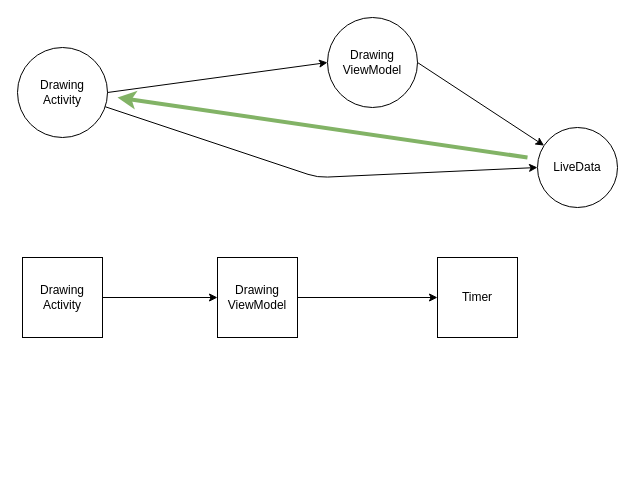
This is page "Video 1" (1 of 3) of Series/Building_DRAG_forAndroid/sessions/whiteboard.drawio from palbp/sempre_a_codar, a draw.io file, before an edit. Source tidied: cells renumbered, new cells numbered last; positions are measured from the earlier drawing's top-left corner, leaving out a move shared by most shapes. Both pictures are drawn from the tidied source at 100%, with x=0, y=0 at pixel (17, 17).
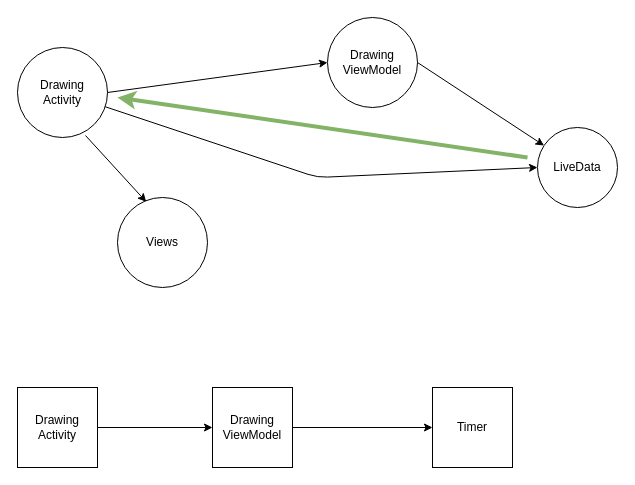
After the change.

Change to the diagram source:
```diff
@@
 <mxGraphModel>
   <root>
     <mxCell id="0" />
     <mxCell id="1" parent="0" />
     <mxCell id="2" value="Drawing&lt;br&gt;Activity" style="ellipse;whiteSpace=wrap;html=1;" parent="1" vertex="1">
       <mxGeometry y="30" width="90" height="90" as="geometry" />
     </mxCell>
     <mxCell id="3" value="Drawing&lt;br&gt;ViewModel" style="ellipse;whiteSpace=wrap;html=1;" parent="1" vertex="1">
       <mxGeometry x="310" width="90" height="90" as="geometry" />
     </mxCell>
     <mxCell id="4" style="endArrow=classic;html=1;exitX=1;exitY=0.5;exitDx=0;exitDy=0;entryX=0;entryY=0.5;entryDx=0;entryDy=0;" parent="1" edge="1" source="2" target="3">
       <mxGeometry relative="1" as="geometry" />
     </mxCell>
     <mxCell id="5" value="LiveData" style="ellipse;whiteSpace=wrap;html=1;" parent="1" vertex="1">
       <mxGeometry x="520" y="110" width="80" height="80" as="geometry" />
     </mxCell>
     <mxCell id="6" style="endArrow=classic;html=1;exitX=1;exitY=0.5;exitDx=0;exitDy=0;" parent="1" edge="1" source="3" target="5">
       <mxGeometry relative="1" as="geometry" />
     </mxCell>
     <mxCell id="7" style="endArrow=classic;html=1;" parent="1" edge="1" source="2">
       <mxGeometry relative="1" as="geometry">
         <mxPoint x="520" y="150" as="targetPoint" />
         <Array as="points">
           <mxPoint x="300" y="160" />
         </Array>
       </mxGeometry>
     </mxCell>
     <mxCell id="8" value="&lt;span&gt;Drawing&lt;/span&gt;&lt;br&gt;&lt;span&gt;Activity&lt;/span&gt;" style="whiteSpace=wrap;html=1;" parent="1" vertex="1">
-      <mxGeometry x="5" y="240" width="80" height="80" as="geometry" />
+      <mxGeometry y="370" width="80" height="80" as="geometry" />
     </mxCell>
     <mxCell id="9" value="Drawing&lt;br&gt;ViewModel" style="whiteSpace=wrap;html=1;" parent="1" vertex="1">
-      <mxGeometry x="200" y="240" width="80" height="80" as="geometry" />
+      <mxGeometry x="195" y="370" width="80" height="80" as="geometry" />
     </mxCell>
     <mxCell id="10" value="Timer" style="whiteSpace=wrap;html=1;" parent="1" vertex="1">
-      <mxGeometry x="420" y="240" width="80" height="80" as="geometry" />
+      <mxGeometry x="415" y="370" width="80" height="80" as="geometry" />
     </mxCell>
     <mxCell id="11" style="endArrow=classic;html=1;exitX=1;exitY=0.5;exitDx=0;exitDy=0;entryX=0;entryY=0.5;entryDx=0;entryDy=0;" parent="1" edge="1" source="8" target="9">
       <mxGeometry relative="1" as="geometry" />
     </mxCell>
     <mxCell id="12" style="endArrow=classic;html=1;exitX=1;exitY=0.5;exitDx=0;exitDy=0;" parent="1" edge="1" source="9" target="10">
       <mxGeometry relative="1" as="geometry" />
     </mxCell>
     <mxCell id="13" style="endArrow=classic;html=1;fillColor=#d5e8d4;strokeColor=#82b366;strokeWidth=4;" parent="1" edge="1">
       <mxGeometry relative="1" as="geometry">
         <mxPoint x="510" y="140" as="sourcePoint" />
         <mxPoint x="100" y="80" as="targetPoint" />
       </mxGeometry>
     </mxCell>
+    <mxCell id="14" value="Views" style="ellipse;whiteSpace=wrap;html=1;" parent="1" vertex="1">
+      <mxGeometry x="100" y="180" width="90" height="90" as="geometry" />
+    </mxCell>
+    <mxCell id="15" style="endArrow=classic;html=1;entryX=0.319;entryY=0.048;entryDx=0;entryDy=0;entryPerimeter=0;" parent="1" edge="1" target="14">
+      <mxGeometry relative="1" as="geometry">
+        <mxPoint x="68" y="118" as="sourcePoint" />
+      </mxGeometry>
+    </mxCell>
   </root>
 </mxGraphModel>
```
